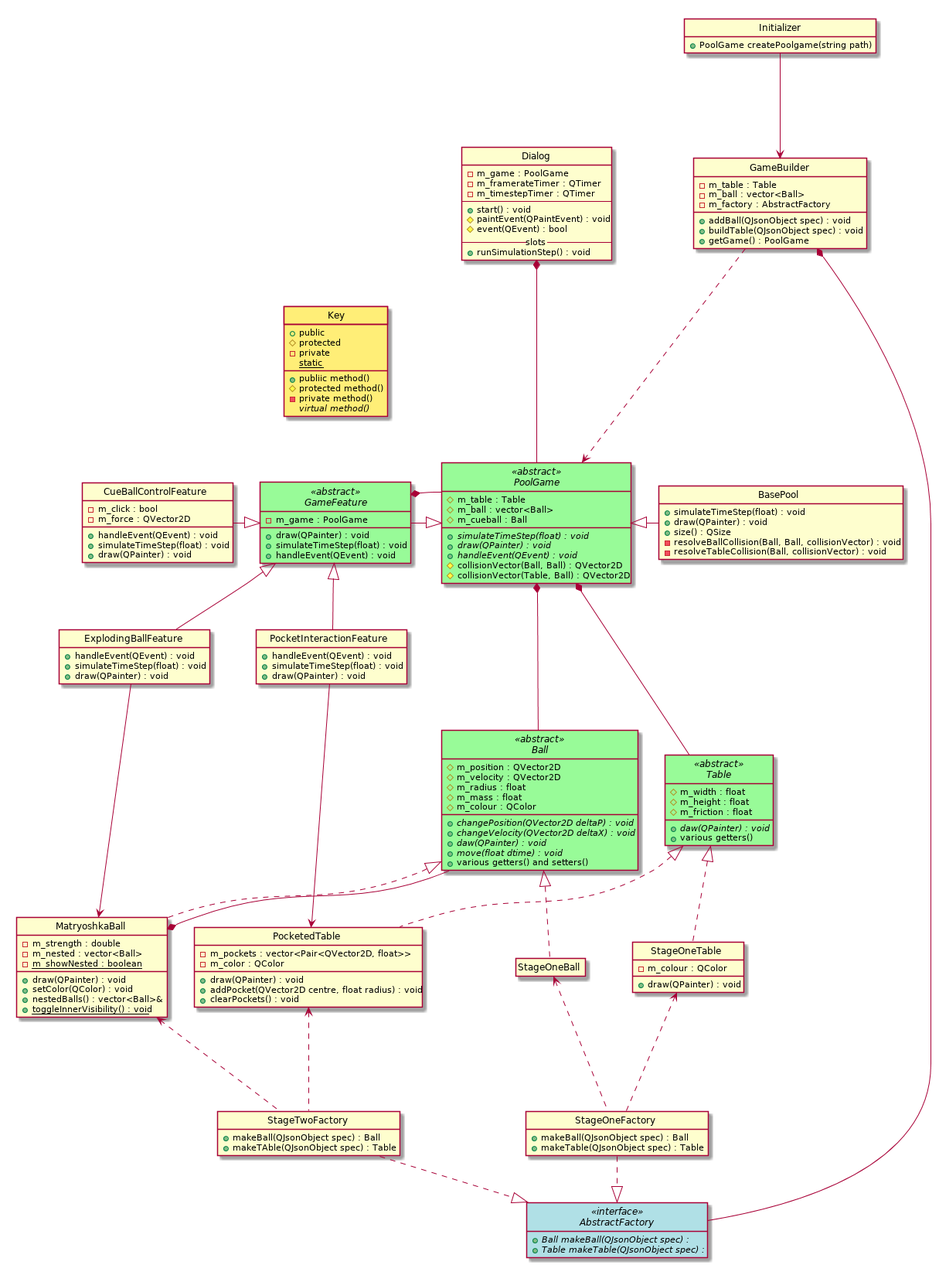
KittenHero/QtPoolGame keeps this PlantUML diagram as newclass.png. Above is the earlier version.
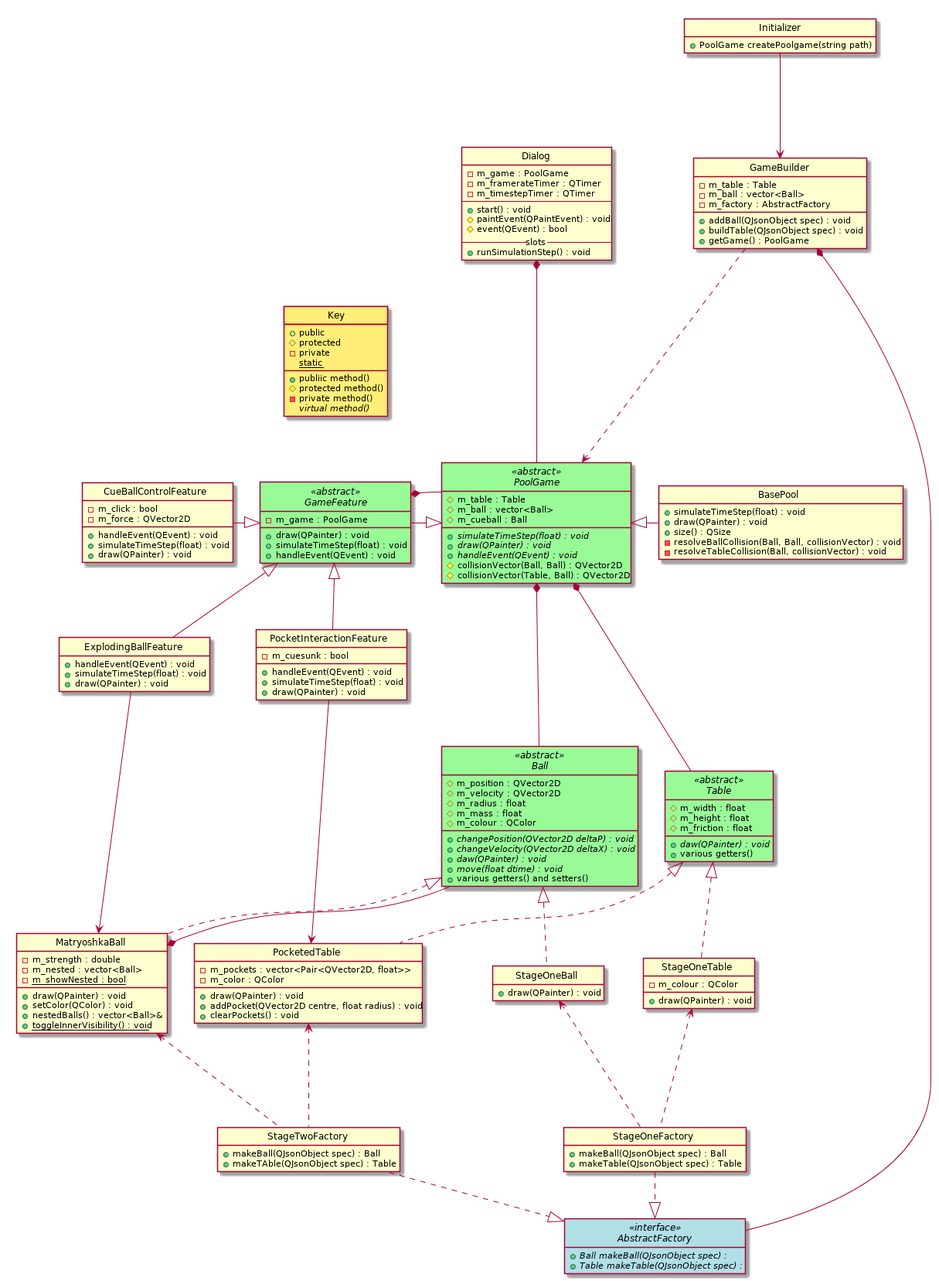
Above is the later version.

What changed in the source:
```diff
@@ -55,7 +55,9 @@
         -resolveTableCollision(Ball, collisionVector) : void
     }
 
-    class StageOneBall
+	class StageOneBall {
+		+draw(QPainter) : void
+	}
 
     class StageOneTable {
         -m_colour : QColor
@@ -112,6 +114,7 @@
     }
 
     class PocketInteractionFeature {
+		-m_cuesunk : bool
         +handleEvent(QEvent) : void
         +simulateTimeStep(float) : void
         +draw(QPainter) : void
@@ -120,7 +123,7 @@
     class MatryoshkaBall {
         -m_strength : double
         -m_nested : vector<Ball>
-        -{static} m_showNested : boolean
+        -{static} m_showNested : bool
 
         +draw(QPainter) : void
         +setColor(QColor) : void
```
